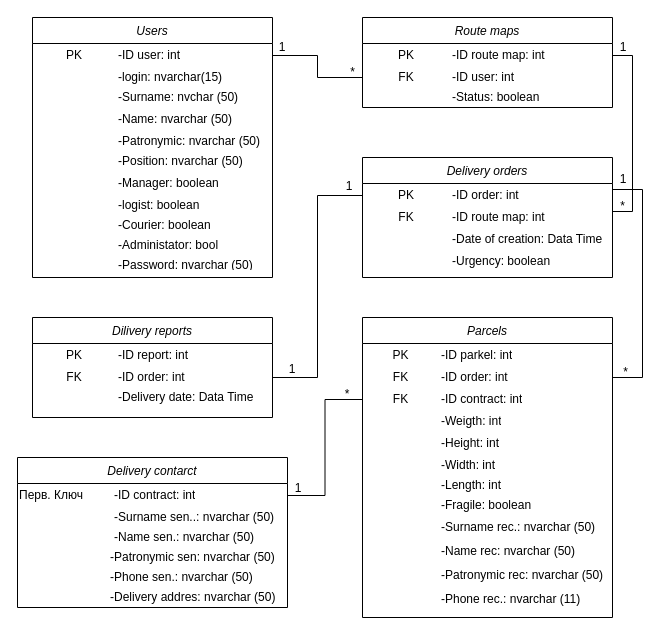
Before: Курсач/Draw io/Физическая диаграмма классов базы данных.drawio in JolyBin/-Study, a draw.io diagram. Source tidied: cells renumbered, new cells numbered last; positions are measured from the earlier drawing's top-left corner, leaving out a move shared by most shapes. Both pictures are drawn from the tidied source at 100%, with x=0, y=0 at pixel (17, 17).
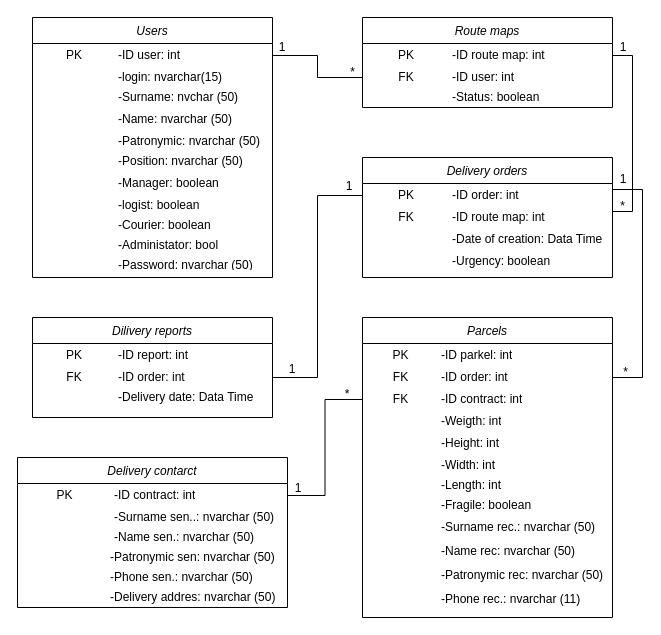
The same diagram, later.

The change refers to these unchanged cells:
```xml
<mxCell id="130" style="shape=partialRectangle;html=1;whiteSpace=wrap;fillColor=none;top=0;left=0;bottom=0;right=0;points=[[0,0.5],[1,0.5]];portConstraint=eastwest;" parent="129" vertex="1">
  <mxGeometry width="270" height="24" as="geometry" />
</mxCell>
```

Change to the diagram source:
```diff
@@
-    <mxCell id="131" value="Перв. Ключ" style="shape=partialRectangle;html=1;whiteSpace=wrap;overflow=hidden;fillColor=none;top=0;left=0;bottom=0;right=0;align=left;" parent="130" vertex="1">
+    <mxCell id="131" value="PK" style="shape=partialRectangle;html=1;whiteSpace=wrap;overflow=hidden;fillColor=none;top=0;left=0;bottom=0;right=0;align=center;" parent="130" vertex="1">
       <mxGeometry width="95" height="24" as="geometry" />
     </mxCell>
```
